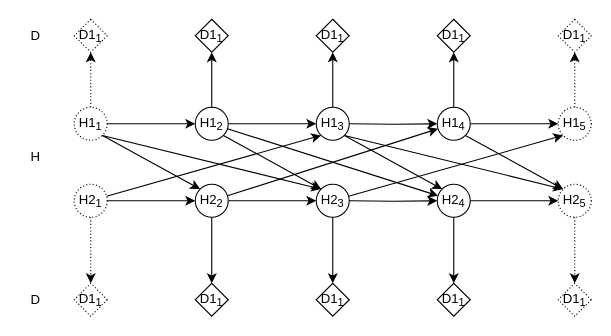
Earlier version of the draw.io diagram ecosystemDynamics.drawio (stdupas/graphPOPLikelihood). Source tidied: cells renumbered, new cells numbered last; positions are measured from the earlier drawing's top-left corner, leaving out a move shared by most shapes. Both pictures are drawn from the tidied source at 110%, with x=0, y=0 at pixel (19, 19).
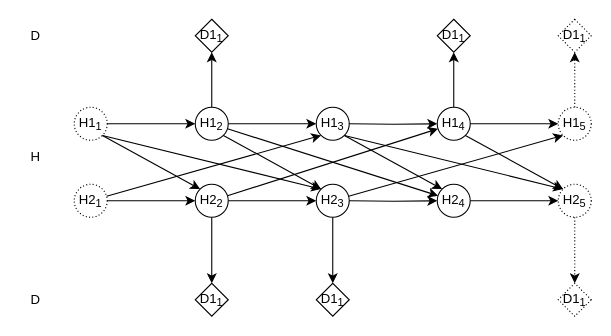
Above is the later version.

Commit message (it also covers changes not shown here):
Mettre à jour ecosystemDynamics.drawio

The change refers to these unchanged cells:
```xml
<mxCell id="3" value="H2&lt;sub&gt;1&lt;/sub&gt;" style="ellipse;whiteSpace=wrap;html=1;dashed=1;dashPattern=1 2;" parent="1" vertex="1">
  <mxGeometry x="50" y="150" width="30" height="30" as="geometry" />
</mxCell>
<mxCell id="9" value="H1&lt;sub&gt;1&lt;/sub&gt;" style="ellipse;whiteSpace=wrap;html=1;dashed=1;dashPattern=1 2;" parent="1" vertex="1">
  <mxGeometry x="50" y="80" width="30" height="30" as="geometry" />
</mxCell>
<mxCell id="12" value="H1&lt;sub&gt;3&lt;/sub&gt;" style="ellipse;whiteSpace=wrap;html=1;" parent="1" vertex="1">
  <mxGeometry x="270" y="80" width="30" height="30" as="geometry" />
</mxCell>
<mxCell id="19" value="H2&lt;sub&gt;4&lt;/sub&gt;" style="ellipse;whiteSpace=wrap;html=1;" parent="1" vertex="1">
  <mxGeometry x="380" y="150" width="30" height="30" as="geometry" />
</mxCell>
```

The edit, as a diff of the source:
```diff
@@
-    <mxCell id="8" style="edgeStyle=orthogonalEdgeStyle;rounded=0;jettySize=auto;html=1;dashed=1;dashPattern=1 2;" parent="1" edge="1" source="9" target="33">
-      <mxGeometry relative="1" as="geometry" />
-    </mxCell>
@@
-    <mxCell id="33" value="D1&lt;sub&gt;1&lt;/sub&gt;" style="rhombus;whiteSpace=wrap;html=1;dashed=1;dashPattern=1 2;" parent="1" vertex="1">
-      <mxGeometry x="50" width="30" height="30" as="geometry" />
-    </mxCell>
-    <mxCell id="34" style="edgeStyle=orthogonalEdgeStyle;rounded=0;jettySize=auto;html=1;exitX=0.5;exitY=0;exitDx=0;exitDy=0;" parent="1" edge="1" source="12" target="37">
-      <mxGeometry relative="1" as="geometry" />
-    </mxCell>
@@
-    <mxCell id="37" value="D1&lt;sub&gt;1&lt;/sub&gt;" style="rhombus;whiteSpace=wrap;html=1;" parent="1" vertex="1">
-      <mxGeometry x="270" width="30" height="30" as="geometry" />
-    </mxCell>
@@
-    <mxCell id="41" style="edgeStyle=orthogonalEdgeStyle;rounded=0;jettySize=auto;html=1;entryX=0;entryY=0.5;entryDx=0;entryDy=0;dashed=1;dashPattern=1 2;" parent="1" edge="1" source="3" target="43">
-      <mxGeometry relative="1" as="geometry" />
-    </mxCell>
@@
-    <mxCell id="43" value="D1&lt;sub&gt;1&lt;/sub&gt;" style="rhombus;whiteSpace=wrap;html=1;direction=south;dashed=1;dashPattern=1 2;" parent="1" vertex="1">
-      <mxGeometry x="50" y="240" width="30" height="30" as="geometry" />
-    </mxCell>
@@
-    <mxCell id="46" style="edgeStyle=orthogonalEdgeStyle;rounded=0;jettySize=auto;html=1;" parent="1" edge="1" source="19" target="49">
-      <mxGeometry relative="1" as="geometry" />
-    </mxCell>
@@
-    <mxCell id="49" value="D1&lt;sub&gt;1&lt;/sub&gt;" style="rhombus;whiteSpace=wrap;html=1;direction=south;" parent="1" vertex="1">
-      <mxGeometry x="380" y="240" width="30" height="30" as="geometry" />
-    </mxCell>
```
